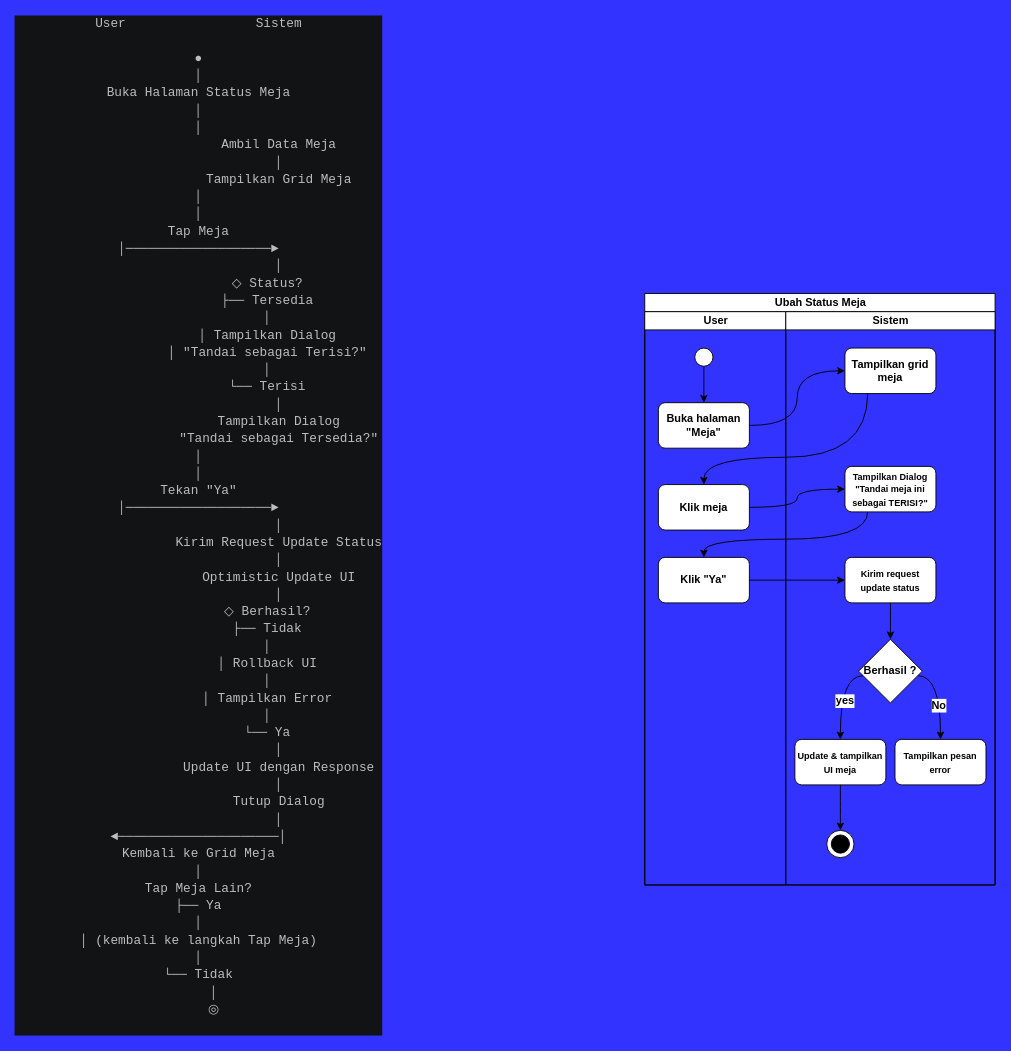
This is page "Ubah status meja" (4 of 8) of assets/uml/activity-diagram.drawio from RIOKOWI/warmindo_purnama_flutter, a draw.io file, before an edit. Source tidied: cells renumbered, new cells numbered last; positions are measured from the earlier drawing's top-left corner, leaving out a move shared by most shapes. Both pictures are drawn from the tidied source at 91%, with x=0, y=0 at pixel (171, 293).
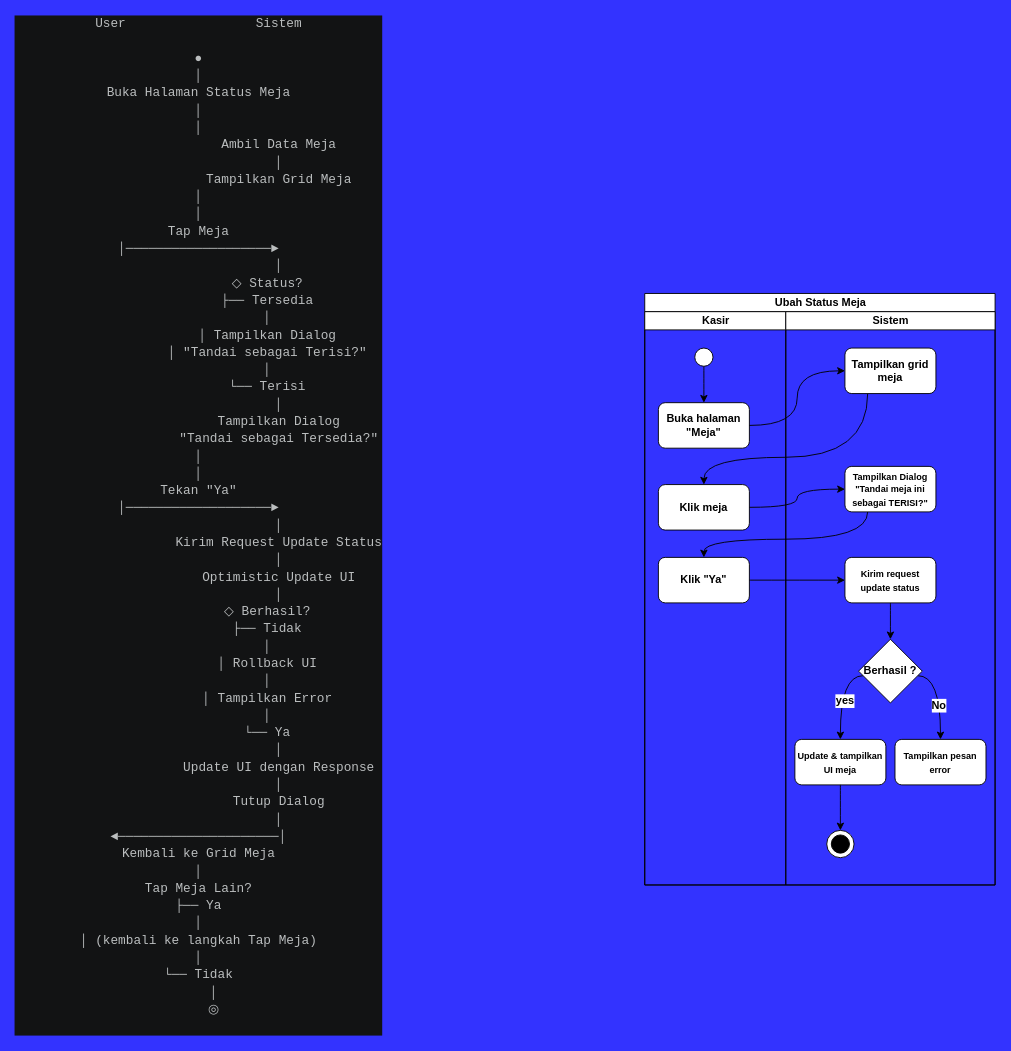
Above is the later version.

Unchanged cells that the change refers to:
```xml
<mxCell id="3" value="Ubah Status Meja" style="swimlane;startSize=20;html=1;" parent="1" vertex="1">
  <mxGeometry x="520" width="385" height="650" as="geometry" />
</mxCell>
```

The edit, as a diff of the source:
```diff
@@
-    <mxCell id="4" value="User" style="swimlane;startSize=20;html=1;" parent="3" vertex="1">
+    <mxCell id="4" value="Kasir" style="swimlane;startSize=20;html=1;" parent="3" vertex="1">
       <mxGeometry y="20" width="155" height="630" as="geometry" />
     </mxCell>
```
